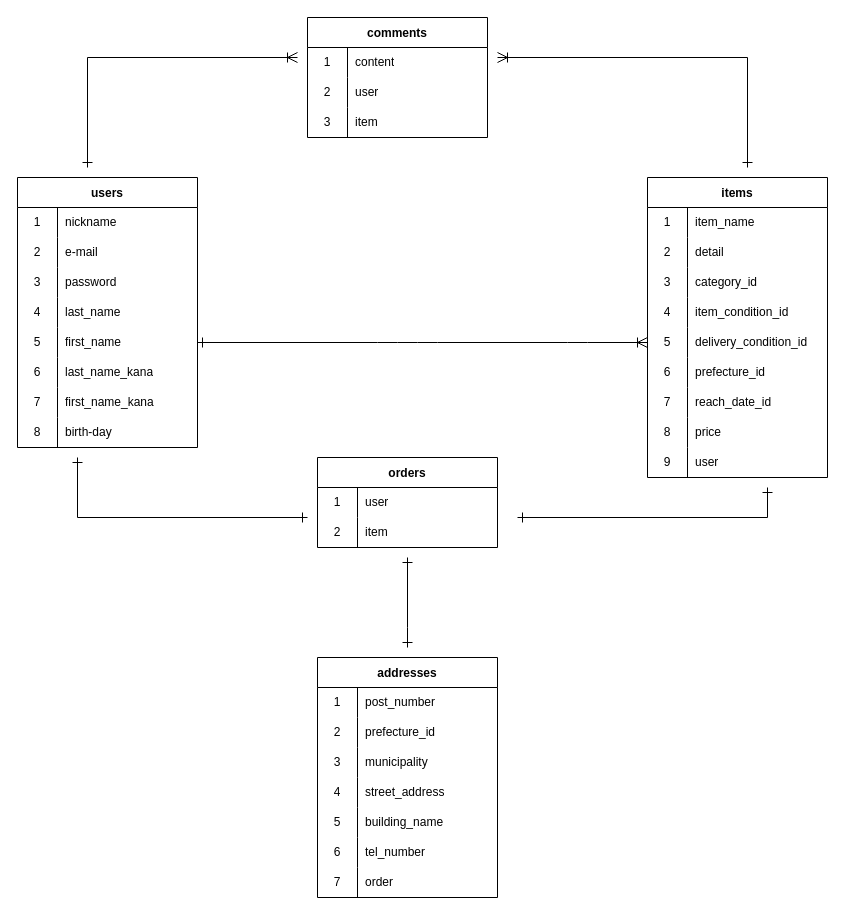
The draw.io diagram db_create.dio in keei0920/furima-39996, before the edit. Source tidied: cells renumbered, new cells numbered last; positions are measured from the earlier drawing's top-left corner, leaving out a move shared by most shapes. Both pictures are drawn from the tidied source at 100%, with x=0, y=0 at pixel (17, 17).
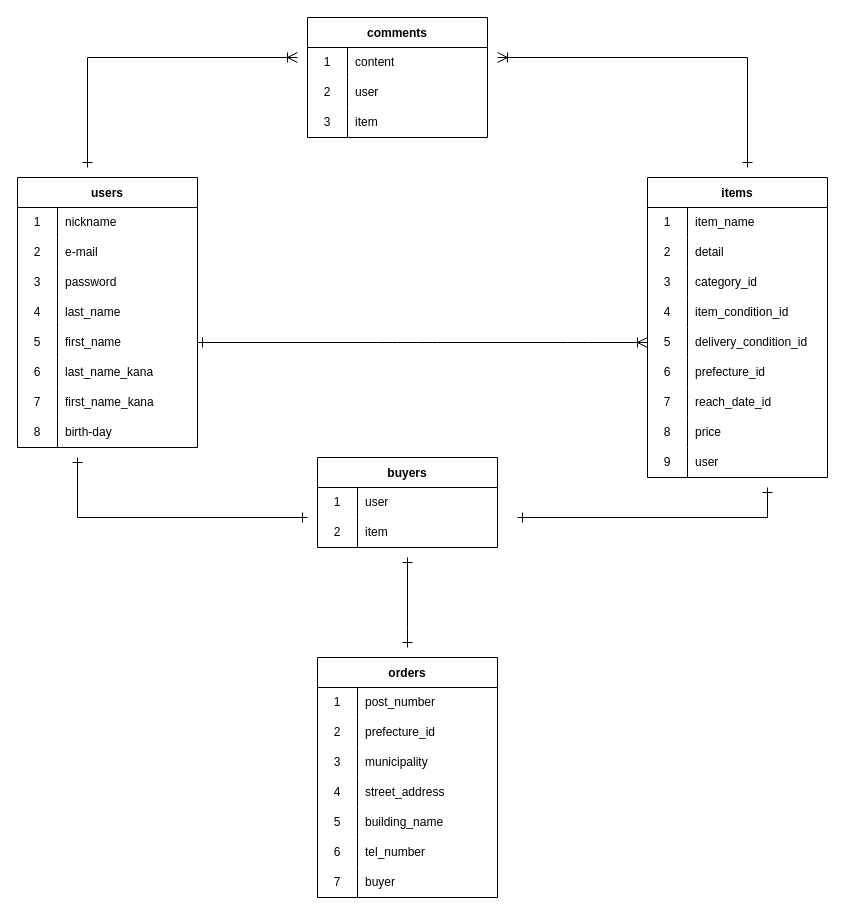
The same page after the edit.

Commit message (it also covers changes not shown here):
DB設計(テーブル名)の変更

Unchanged cells that the change refers to:
```xml
<mxCell id="96" style="shape=tableRow;horizontal=0;startSize=0;swimlaneHead=0;swimlaneBody=0;top=0;left=0;bottom=0;right=0;fillColor=none;" parent="77" vertex="1">
  <mxGeometry y="210" width="180" height="30" as="geometry" />
</mxCell>
```

Change to the diagram source:
```diff
@@
-    <mxCell id="55" value="orders" style="shape=table;startSize=30;childLayout=tableLayout;rowLines=0;fontStyle=1;" parent="1" vertex="1">
+    <mxCell id="55" value="buyers" style="shape=table;startSize=30;childLayout=tableLayout;rowLines=0;fontStyle=1;" parent="1" vertex="1">
       <mxGeometry x="300" y="440" width="180" height="90" as="geometry" />
     </mxCell>
@@
-    <mxCell id="77" value="addresses" style="shape=table;startSize=30;childLayout=tableLayout;rowLines=0;fontStyle=1;" parent="1" vertex="1">
+    <mxCell id="77" value="orders" style="shape=table;startSize=30;childLayout=tableLayout;rowLines=0;fontStyle=1;" parent="1" vertex="1">
       <mxGeometry x="300" y="640" width="180" height="240" as="geometry" />
     </mxCell>
@@
-    <mxCell id="98" value="order" style="shape=partialRectangle;html=1;whiteSpace=wrap;fillColor=none;top=0;left=0;bottom=0;right=0;align=left;spacingLeft=6;overflow=hidden;" parent="96" vertex="1">
+    <mxCell id="98" value="buyer" style="shape=partialRectangle;html=1;whiteSpace=wrap;fillColor=none;top=0;left=0;bottom=0;right=0;align=left;spacingLeft=6;overflow=hidden;" parent="96" vertex="1">
       <mxGeometry x="40" width="140" height="30" as="geometry" />
     </mxCell>
```
